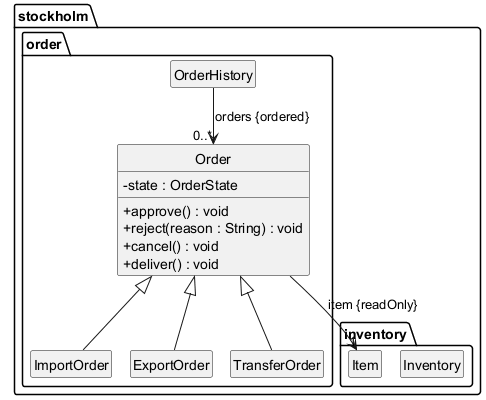
Above: docs/images/OrderClassDiagram.png in AY2627S1-CS2113-W14-4/tp (PlantUML), before the change.
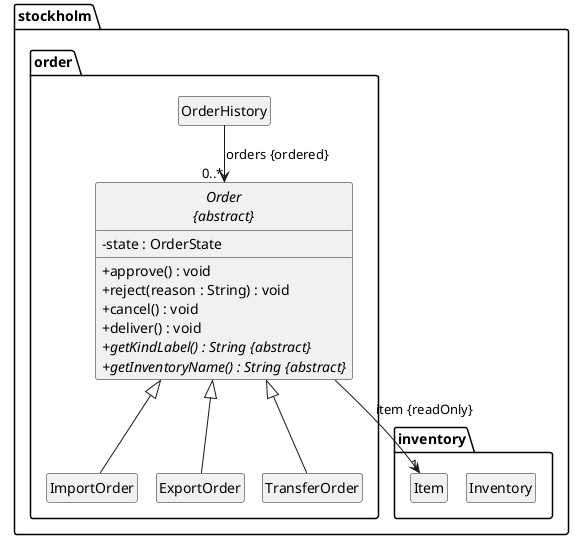
Later version of the same file.

Commit message:
Show Order as abstract in class diagram

Diff of the diagram source:
```diff
@@ -5,12 +5,14 @@
 skinparam classAttributeIconSize 0
 
 package "stockholm.order" {
-    class Order {
+    abstract class "Order\n{abstract}" as Order {
         - state : OrderState
         + approve() : void
         + reject(reason : String) : void
         + cancel() : void
         + deliver() : void
+        + {abstract} getKindLabel() : String <U+007B>abstract<U+007D>
+        + {abstract} getInventoryName() : String <U+007B>abstract<U+007D>
     }
 
     class OrderHistory
```
